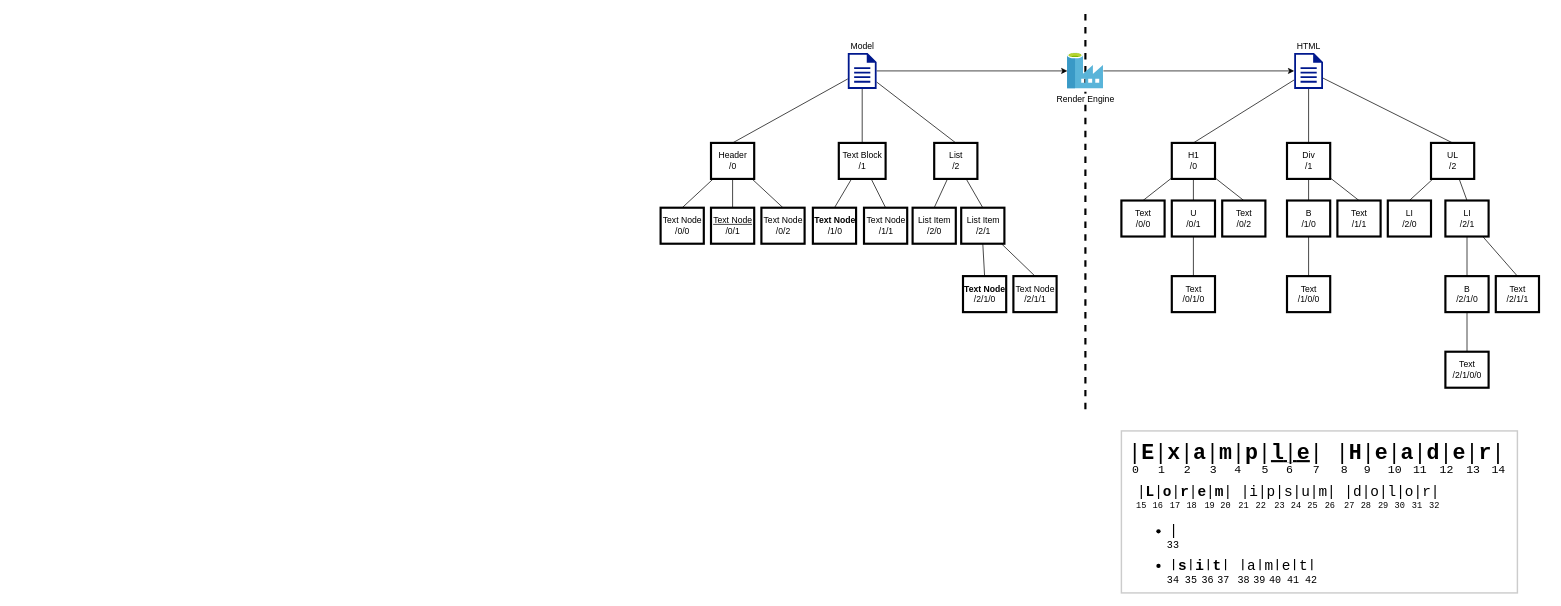
jsross/rte keeps this draw.io diagram as diagrams/RTE Model to HTML doc.drawio. Above is the earlier version. Source tidied: cells renumbered, new cells numbered last; positions are measured from the earlier drawing's top-left corner, leaving out a move shared by most shapes. Both pictures are drawn from the tidied source at 72%, with x=0, y=0 at pixel (660, 13).
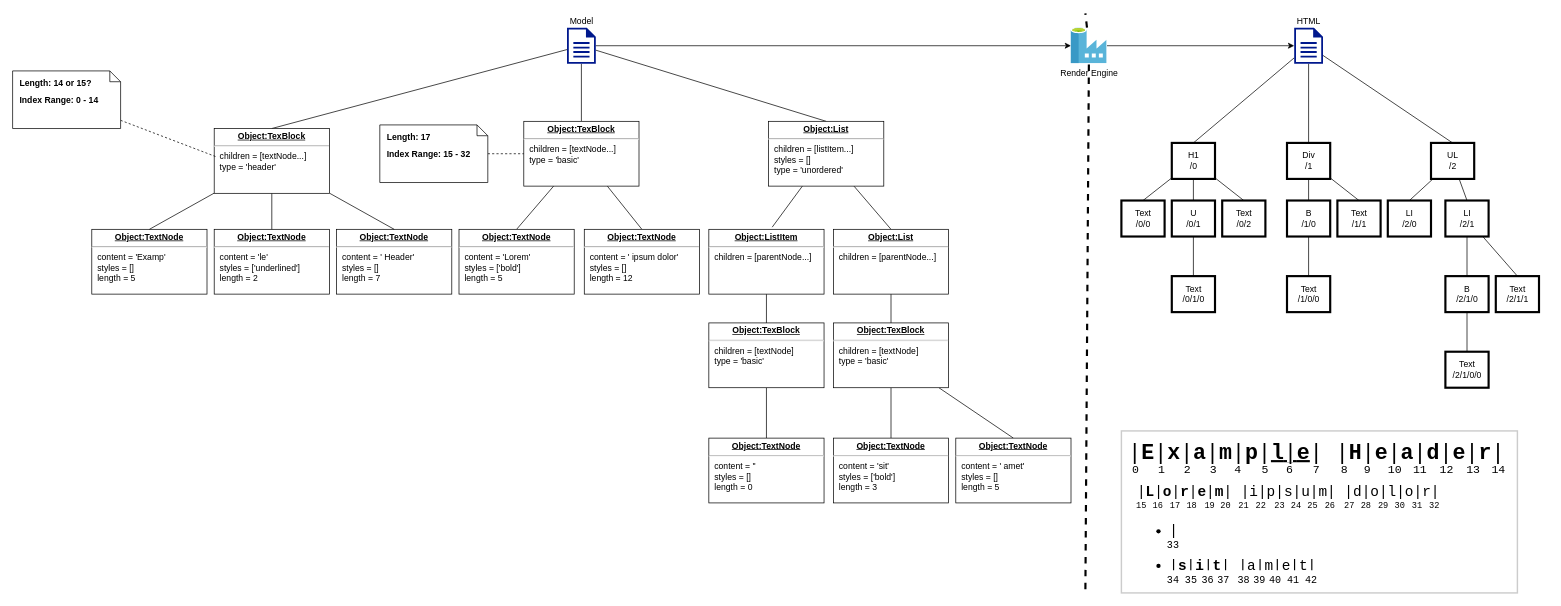
The same page after the edit.

What changed in the source:
```diff
@@
-    <mxCell id="2" style="endArrow=none;dashed=1;html=1;strokeWidth=3;" parent="1" edge="1">
+    <mxCell id="2" style="endArrow=none;dashed=1;html=1;strokeWidth=3;" parent="1" edge="1" source="61">
       <mxGeometry relative="1" as="geometry">
-        <mxPoint x="590" y="550" as="sourcePoint" />
         <mxPoint x="590" as="targetPoint" />
       </mxGeometry>
     </mxCell>
@@
     <mxCell id="6" value="HTML" style="shadow=0;dashed=0;html=1;strokeColor=none;labelPosition=center;verticalLabelPosition=top;verticalAlign=bottom;align=center;fillColor=#00188D;shape=mxgraph.mscae.enterprise.document;" parent="1" vertex="1">
-      <mxGeometry x="880" y="55" width="40" height="50" as="geometry" />
+      <mxGeometry x="880" y="20" width="40" height="50" as="geometry" />
     </mxCell>
@@
-    <mxCell id="8" style="edgeStyle=none;rounded=0;jettySize=auto;html=1;entryX=0.5;entryY=0;entryDx=0;entryDy=0;endArrow=none;endFill=0;" parent="1" edge="1" source="11" target="16">
-      <mxGeometry relative="1" as="geometry" />
-    </mxCell>
-    <mxCell id="9" style="edgeStyle=none;rounded=0;jettySize=auto;html=1;entryX=0.5;entryY=0;entryDx=0;entryDy=0;endArrow=none;endFill=0;" parent="1" edge="1" source="11" target="22">
-      <mxGeometry relative="1" as="geometry" />
-    </mxCell>
-    <mxCell id="10" style="edgeStyle=none;rounded=0;jettySize=auto;html=1;entryX=0.5;entryY=0;entryDx=0;entryDy=0;endArrow=none;endFill=0;" parent="1" edge="1" source="11" target="19">
-      <mxGeometry relative="1" as="geometry" />
-    </mxCell>
+    <mxCell id="114" style="edgeStyle=none;rounded=0;jettySize=auto;html=1;entryX=0.5;entryY=0;entryDx=0;entryDy=0;endArrow=none;endFill=0;" parent="1" edge="1" source="11" target="126">
+      <mxGeometry relative="1" as="geometry" />
+    </mxCell>
+    <mxCell id="115" style="edgeStyle=none;rounded=0;jettySize=auto;html=1;entryX=0.5;entryY=0;entryDx=0;entryDy=0;endArrow=none;endFill=0;" parent="1" edge="1" source="11" target="132">
+      <mxGeometry relative="1" as="geometry" />
+    </mxCell>
+    <mxCell id="116" style="edgeStyle=none;rounded=0;jettySize=auto;html=1;entryX=0.5;entryY=0;entryDx=0;entryDy=0;endArrow=none;endFill=0;" parent="1" edge="1" source="11" target="123">
+      <mxGeometry relative="1" as="geometry" />
+    </mxCell>
     <mxCell id="11" value="Model" style="shadow=0;dashed=0;html=1;strokeColor=none;labelPosition=center;verticalLabelPosition=top;verticalAlign=bottom;align=center;fillColor=#00188D;shape=mxgraph.mscae.enterprise.document;" parent="1" vertex="1">
-      <mxGeometry x="260" y="55" width="40" height="50" as="geometry" />
+      <mxGeometry x="-130" y="20" width="40" height="50" as="geometry" />
     </mxCell>
@@
-    <mxCell id="13" style="edgeStyle=none;rounded=0;jettySize=auto;html=1;entryX=0.5;entryY=0;entryDx=0;entryDy=0;endArrow=none;endFill=0;" parent="1" edge="1" source="16" target="27">
-      <mxGeometry relative="1" as="geometry" />
-    </mxCell>
-    <mxCell id="14" style="edgeStyle=none;rounded=0;jettySize=auto;html=1;entryX=0.5;entryY=0;entryDx=0;entryDy=0;endArrow=none;endFill=0;" parent="1" edge="1" source="16" target="28">
-      <mxGeometry relative="1" as="geometry" />
-    </mxCell>
-    <mxCell id="15" style="edgeStyle=none;rounded=0;jettySize=auto;html=1;entryX=0.5;entryY=0;entryDx=0;entryDy=0;endArrow=none;endFill=0;" parent="1" edge="1" source="16" target="29">
-      <mxGeometry relative="1" as="geometry" />
-    </mxCell>
-    <mxCell id="16" value="Header&lt;br&gt;/0" style="html=1;strokeWidth=3;align=center;" parent="1" vertex="1">
-      <mxGeometry x="70" y="180" width="60" height="50" as="geometry" />
-    </mxCell>
-    <mxCell id="17" style="edgeStyle=none;rounded=0;jettySize=auto;html=1;entryX=0.5;entryY=0;entryDx=0;entryDy=0;endArrow=none;endFill=0;" parent="1" edge="1" source="19" target="23">
-      <mxGeometry relative="1" as="geometry" />
-    </mxCell>
-    <mxCell id="18" style="edgeStyle=none;rounded=0;jettySize=auto;html=1;entryX=0.5;entryY=0;entryDx=0;entryDy=0;endArrow=none;endFill=0;" parent="1" edge="1" source="19" target="26">
-      <mxGeometry relative="1" as="geometry" />
-    </mxCell>
-    <mxCell id="19" value="List&lt;br&gt;/2" style="html=1;strokeWidth=3;" parent="1" vertex="1">
-      <mxGeometry x="380" y="180" width="60" height="50" as="geometry" />
-    </mxCell>
-    <mxCell id="20" style="rounded=0;jettySize=auto;html=1;entryX=0.5;entryY=0;entryDx=0;entryDy=0;endArrow=none;endFill=0;" parent="1" edge="1" source="22" target="30">
-      <mxGeometry relative="1" as="geometry" />
-    </mxCell>
-    <mxCell id="21" style="edgeStyle=none;rounded=0;jettySize=auto;html=1;entryX=0.5;entryY=0;entryDx=0;entryDy=0;endArrow=none;endFill=0;" parent="1" edge="1" source="22" target="31">
-      <mxGeometry relative="1" as="geometry" />
-    </mxCell>
-    <mxCell id="22" value="Text Block&lt;br&gt;/1" style="html=1;strokeWidth=3;" parent="1" vertex="1">
-      <mxGeometry x="247.5" y="180" width="65" height="50" as="geometry" />
-    </mxCell>
-    <mxCell id="23" value="List Item&lt;br&gt;/2/0" style="html=1;strokeWidth=3;" parent="1" vertex="1">
-      <mxGeometry x="350" y="270" width="60" height="50" as="geometry" />
-    </mxCell>
-    <mxCell id="24" style="edgeStyle=none;rounded=0;jettySize=auto;html=1;exitX=0.5;exitY=1;exitDx=0;exitDy=0;entryX=0.5;entryY=0;entryDx=0;entryDy=0;endArrow=none;endFill=0;" parent="1" edge="1" source="26" target="32">
-      <mxGeometry relative="1" as="geometry" />
-    </mxCell>
-    <mxCell id="25" style="edgeStyle=none;rounded=0;jettySize=auto;html=1;entryX=0.5;entryY=0;entryDx=0;entryDy=0;endArrow=none;endFill=0;" parent="1" edge="1" source="26" target="33">
-      <mxGeometry relative="1" as="geometry" />
-    </mxCell>
-    <mxCell id="26" value="List Item&lt;br&gt;/2/1" style="html=1;strokeWidth=3;" parent="1" vertex="1">
-      <mxGeometry x="417.5" y="270" width="60" height="50" as="geometry" />
-    </mxCell>
-    <mxCell id="27" value="Text Node&lt;br&gt;/0/0" style="html=1;strokeWidth=3;align=center;" parent="1" vertex="1">
-      <mxGeometry y="270" width="60" height="50" as="geometry" />
-    </mxCell>
-    <mxCell id="28" value="&lt;u&gt;Text Node&lt;/u&gt;&lt;br&gt;/0/1" style="html=1;strokeWidth=3;align=center;" parent="1" vertex="1">
-      <mxGeometry x="70" y="270" width="60" height="50" as="geometry" />
-    </mxCell>
-    <mxCell id="29" value="Text Node&lt;br&gt;/0/2" style="html=1;strokeWidth=3;align=center;" parent="1" vertex="1">
-      <mxGeometry x="140" y="270" width="60" height="50" as="geometry" />
-    </mxCell>
-    <mxCell id="30" value="&lt;b&gt;Text Node&lt;/b&gt;&lt;br&gt;/1/0" style="html=1;strokeWidth=3;align=center;" parent="1" vertex="1">
-      <mxGeometry x="211.5" y="270" width="60" height="50" as="geometry" />
-    </mxCell>
-    <mxCell id="31" value="Text Node&lt;br&gt;/1/1" style="html=1;strokeWidth=3;align=center;" parent="1" vertex="1">
-      <mxGeometry x="282.5" y="270" width="60" height="50" as="geometry" />
-    </mxCell>
-    <mxCell id="32" value="&lt;b&gt;Text Node&lt;/b&gt;&lt;br&gt;/2/1/0" style="html=1;strokeWidth=3;align=center;" parent="1" vertex="1">
-      <mxGeometry x="420" y="365" width="60" height="50" as="geometry" />
-    </mxCell>
-    <mxCell id="33" value="Text Node&lt;br&gt;/2/1/1" style="html=1;strokeWidth=3;align=center;" parent="1" vertex="1">
-      <mxGeometry x="490" y="365" width="60" height="50" as="geometry" />
-    </mxCell>
@@
-    <mxCell id="61" value="Render Engine" style="html=1;points=[];align=center;image;fontSize=12;image=img/lib/mscae/Data_Factory.svg;" parent="1" vertex="1">
-      <mxGeometry x="565" y="55" width="50" height="50" as="geometry" />
-    </mxCell>
@@
+    <mxCell id="117" value="&lt;p style=&quot;margin: 0px ; margin-top: 4px ; text-align: center ; text-decoration: underline&quot;&gt;&lt;b&gt;Object:TextNode&lt;/b&gt;&lt;/p&gt;&lt;hr&gt;&lt;p style=&quot;margin: 0px ; margin-left: 8px&quot;&gt;content = 'Examp'&lt;br&gt;&lt;/p&gt;&lt;p style=&quot;margin: 0px ; margin-left: 8px&quot;&gt;styles = []&lt;/p&gt;&lt;p style=&quot;margin: 0px ; margin-left: 8px&quot;&gt;length = 5&lt;/p&gt;" style="verticalAlign=top;align=left;overflow=fill;fontSize=12;fontFamily=Helvetica;html=1;" parent="1" vertex="1">
+      <mxGeometry x="-790" y="300" width="160" height="90" as="geometry" />
+    </mxCell>
+    <mxCell id="118" value="&lt;p style=&quot;margin: 0px ; margin-top: 4px ; text-align: center ; text-decoration: underline&quot;&gt;&lt;b&gt;Object:TextNode&lt;/b&gt;&lt;/p&gt;&lt;hr&gt;&lt;p style=&quot;margin: 0px ; margin-left: 8px&quot;&gt;content = 'le'&lt;/p&gt;&lt;p style=&quot;margin: 0px ; margin-left: 8px&quot;&gt;styles = ['underlined']&lt;br&gt;length = 2&lt;/p&gt;" style="verticalAlign=top;align=left;overflow=fill;fontSize=12;fontFamily=Helvetica;html=1;" parent="1" vertex="1">
+      <mxGeometry x="-620" y="300" width="160" height="90" as="geometry" />
+    </mxCell>
+    <mxCell id="119" value="&lt;p style=&quot;margin: 0px ; margin-top: 4px ; text-align: center ; text-decoration: underline&quot;&gt;&lt;b&gt;Object:TextNode&lt;/b&gt;&lt;/p&gt;&lt;hr&gt;&lt;p style=&quot;margin: 0px ; margin-left: 8px&quot;&gt;content = ' Header'&lt;/p&gt;&lt;p style=&quot;margin: 0px ; margin-left: 8px&quot;&gt;styles = []&lt;br&gt;length = 7&lt;/p&gt;" style="verticalAlign=top;align=left;overflow=fill;fontSize=12;fontFamily=Helvetica;html=1;" parent="1" vertex="1">
+      <mxGeometry x="-450" y="300" width="160" height="90" as="geometry" />
+    </mxCell>
+    <mxCell id="120" style="edgeStyle=none;rounded=0;jettySize=auto;html=1;entryX=0.5;entryY=0;entryDx=0;entryDy=0;endArrow=none;endFill=0;" parent="1" edge="1" source="123" target="117">
+      <mxGeometry relative="1" as="geometry" />
+    </mxCell>
+    <mxCell id="121" style="edgeStyle=none;rounded=0;jettySize=auto;html=1;entryX=0.5;entryY=0;entryDx=0;entryDy=0;endArrow=none;endFill=0;" parent="1" edge="1" source="123" target="118">
+      <mxGeometry relative="1" as="geometry" />
+    </mxCell>
+    <mxCell id="122" style="edgeStyle=none;rounded=0;jettySize=auto;html=1;entryX=0.5;entryY=0;entryDx=0;entryDy=0;endArrow=none;endFill=0;" parent="1" edge="1" source="123" target="119">
+      <mxGeometry relative="1" as="geometry" />
+    </mxCell>
+    <mxCell id="123" value="&lt;p style=&quot;margin: 0px ; margin-top: 4px ; text-align: center ; text-decoration: underline&quot;&gt;&lt;b&gt;Object:TexBlock&lt;/b&gt;&lt;/p&gt;&lt;hr&gt;&lt;p style=&quot;margin: 0px ; margin-left: 8px&quot;&gt;children = [textNode...]&lt;br&gt;type = 'header'&lt;/p&gt;" style="verticalAlign=top;align=left;overflow=fill;fontSize=12;fontFamily=Helvetica;html=1;" parent="1" vertex="1">
+      <mxGeometry x="-620" y="160" width="160" height="90" as="geometry" />
+    </mxCell>
+    <mxCell id="124" style="edgeStyle=none;rounded=0;jettySize=auto;html=1;entryX=0.5;entryY=0;entryDx=0;entryDy=0;endArrow=none;endFill=0;" parent="1" edge="1" source="126" target="128">
+      <mxGeometry relative="1" as="geometry" />
+    </mxCell>
+    <mxCell id="125" style="edgeStyle=none;rounded=0;jettySize=auto;html=1;entryX=0.5;entryY=0;entryDx=0;entryDy=0;endArrow=none;endFill=0;" parent="1" edge="1" source="126" target="129">
+      <mxGeometry relative="1" as="geometry" />
+    </mxCell>
+    <mxCell id="126" value="&lt;p style=&quot;margin: 0px ; margin-top: 4px ; text-align: center ; text-decoration: underline&quot;&gt;&lt;b&gt;Object:TexBlock&lt;/b&gt;&lt;/p&gt;&lt;hr&gt;&lt;p style=&quot;margin: 0px ; margin-left: 8px&quot;&gt;children = [textNode...]&lt;br&gt;type = 'basic'&lt;/p&gt;" style="verticalAlign=top;align=left;overflow=fill;fontSize=12;fontFamily=Helvetica;html=1;" parent="1" vertex="1">
+      <mxGeometry x="-190" y="150" width="160" height="90" as="geometry" />
+    </mxCell>
+    <mxCell id="61" value="Render Engine" style="html=1;points=[];align=center;image;fontSize=12;image=img/lib/mscae/Data_Factory.svg;" parent="1" vertex="1">
+      <mxGeometry x="570" y="20" width="50" height="50" as="geometry" />
+    </mxCell>
+    <mxCell id="127" style="endArrow=none;dashed=1;html=1;strokeWidth=3;" parent="1" edge="1" target="61">
+      <mxGeometry relative="1" as="geometry">
+        <mxPoint x="590" y="800" as="sourcePoint" />
+      </mxGeometry>
+    </mxCell>
+    <mxCell id="128" value="&lt;p style=&quot;margin: 0px ; margin-top: 4px ; text-align: center ; text-decoration: underline&quot;&gt;&lt;b&gt;Object:TextNode&lt;/b&gt;&lt;/p&gt;&lt;hr&gt;&lt;p style=&quot;margin: 0px ; margin-left: 8px&quot;&gt;content = 'Lorem'&lt;/p&gt;&lt;p style=&quot;margin: 0px ; margin-left: 8px&quot;&gt;styles = ['bold']&lt;/p&gt;&lt;p style=&quot;margin: 0px ; margin-left: 8px&quot;&gt;length = 5&lt;br&gt;&lt;br&gt;&lt;/p&gt;" style="verticalAlign=top;align=left;overflow=fill;fontSize=12;fontFamily=Helvetica;html=1;" parent="1" vertex="1">
+      <mxGeometry x="-280" y="300" width="160" height="90" as="geometry" />
+    </mxCell>
+    <mxCell id="129" value="&lt;p style=&quot;margin: 0px ; margin-top: 4px ; text-align: center ; text-decoration: underline&quot;&gt;&lt;b&gt;Object:TextNode&lt;/b&gt;&lt;/p&gt;&lt;hr&gt;&lt;p style=&quot;margin: 0px ; margin-left: 8px&quot;&gt;content = ' ipsum dolor'&lt;/p&gt;&lt;p style=&quot;margin: 0px ; margin-left: 8px&quot;&gt;styles = []&lt;br&gt;length = 12&lt;/p&gt;" style="verticalAlign=top;align=left;overflow=fill;fontSize=12;fontFamily=Helvetica;html=1;" parent="1" vertex="1">
+      <mxGeometry x="-106" y="300" width="160" height="90" as="geometry" />
+    </mxCell>
+    <mxCell id="130" style="edgeStyle=none;rounded=0;jettySize=auto;html=1;entryX=0.55;entryY=-0.033;entryDx=0;entryDy=0;entryPerimeter=0;endArrow=none;endFill=0;" parent="1" edge="1" source="132" target="146">
+      <mxGeometry relative="1" as="geometry" />
+    </mxCell>
+    <mxCell id="131" style="edgeStyle=none;rounded=0;jettySize=auto;html=1;entryX=0.5;entryY=0;entryDx=0;entryDy=0;endArrow=none;endFill=0;" parent="1" edge="1" source="132" target="148">
+      <mxGeometry relative="1" as="geometry" />
+    </mxCell>
+    <mxCell id="132" value="&lt;p style=&quot;margin: 0px ; margin-top: 4px ; text-align: center ; text-decoration: underline&quot;&gt;&lt;b&gt;Object:List&lt;/b&gt;&lt;/p&gt;&lt;hr&gt;&lt;p style=&quot;margin: 0px ; margin-left: 8px&quot;&gt;children = [listItem...]&lt;br&gt;styles = []&lt;/p&gt;&lt;p style=&quot;margin: 0px ; margin-left: 8px&quot;&gt;type = 'unordered'&lt;/p&gt;" style="verticalAlign=top;align=left;overflow=fill;fontSize=12;fontFamily=Helvetica;html=1;" parent="1" vertex="1">
+      <mxGeometry x="150" y="150" width="160" height="90" as="geometry" />
+    </mxCell>
+    <mxCell id="133" style="edgeStyle=none;rounded=0;jettySize=auto;html=1;entryX=0.5;entryY=0;entryDx=0;entryDy=0;endArrow=none;endFill=0;" parent="1" edge="1" source="134" target="138">
+      <mxGeometry relative="1" as="geometry" />
+    </mxCell>
+    <mxCell id="134" value="&lt;p style=&quot;margin: 0px ; margin-top: 4px ; text-align: center ; text-decoration: underline&quot;&gt;&lt;b&gt;Object:TexBlock&lt;/b&gt;&lt;/p&gt;&lt;hr&gt;&lt;p style=&quot;margin: 0px ; margin-left: 8px&quot;&gt;children = [textNode]&lt;br&gt;type = 'basic'&lt;/p&gt;" style="verticalAlign=top;align=left;overflow=fill;fontSize=12;fontFamily=Helvetica;html=1;" parent="1" vertex="1">
+      <mxGeometry x="67" y="430" width="160" height="90" as="geometry" />
+    </mxCell>
+    <mxCell id="135" style="edgeStyle=none;rounded=0;jettySize=auto;html=1;entryX=0.5;entryY=0;entryDx=0;entryDy=0;endArrow=none;endFill=0;" parent="1" edge="1" source="137" target="139">
+      <mxGeometry relative="1" as="geometry" />
+    </mxCell>
+    <mxCell id="136" style="edgeStyle=none;rounded=0;jettySize=auto;html=1;entryX=0.5;entryY=0;entryDx=0;entryDy=0;endArrow=none;endFill=0;" parent="1" edge="1" source="137" target="140">
+      <mxGeometry relative="1" as="geometry" />
+    </mxCell>
+    <mxCell id="137" value="&lt;p style=&quot;margin: 0px ; margin-top: 4px ; text-align: center ; text-decoration: underline&quot;&gt;&lt;b&gt;Object:TexBlock&lt;/b&gt;&lt;/p&gt;&lt;hr&gt;&lt;p style=&quot;margin: 0px ; margin-left: 8px&quot;&gt;children = [textNode]&lt;br&gt;type = 'basic'&lt;/p&gt;" style="verticalAlign=top;align=left;overflow=fill;fontSize=12;fontFamily=Helvetica;html=1;" parent="1" vertex="1">
+      <mxGeometry x="240" y="430" width="160" height="90" as="geometry" />
+    </mxCell>
+    <mxCell id="138" value="&lt;p style=&quot;margin: 0px ; margin-top: 4px ; text-align: center ; text-decoration: underline&quot;&gt;&lt;b&gt;Object:TextNode&lt;/b&gt;&lt;/p&gt;&lt;hr&gt;&lt;p style=&quot;margin: 0px ; margin-left: 8px&quot;&gt;content = ''&lt;/p&gt;&lt;p style=&quot;margin: 0px ; margin-left: 8px&quot;&gt;styles = []&lt;br&gt;length = 0&lt;/p&gt;" style="verticalAlign=top;align=left;overflow=fill;fontSize=12;fontFamily=Helvetica;html=1;" parent="1" vertex="1">
+      <mxGeometry x="67" y="590" width="160" height="90" as="geometry" />
+    </mxCell>
+    <mxCell id="139" value="&lt;p style=&quot;margin: 0px ; margin-top: 4px ; text-align: center ; text-decoration: underline&quot;&gt;&lt;b&gt;Object:TextNode&lt;/b&gt;&lt;/p&gt;&lt;hr&gt;&lt;p style=&quot;margin: 0px ; margin-left: 8px&quot;&gt;content = 'sit'&lt;/p&gt;&lt;p style=&quot;margin: 0px ; margin-left: 8px&quot;&gt;styles = ['bold']&lt;br&gt;length = 3&lt;/p&gt;" style="verticalAlign=top;align=left;overflow=fill;fontSize=12;fontFamily=Helvetica;html=1;" parent="1" vertex="1">
+      <mxGeometry x="240" y="590" width="160" height="90" as="geometry" />
+    </mxCell>
+    <mxCell id="140" value="&lt;p style=&quot;margin: 0px ; margin-top: 4px ; text-align: center ; text-decoration: underline&quot;&gt;&lt;b&gt;Object:TextNode&lt;/b&gt;&lt;/p&gt;&lt;hr&gt;&lt;p style=&quot;margin: 0px ; margin-left: 8px&quot;&gt;content = ' amet'&lt;/p&gt;&lt;p style=&quot;margin: 0px ; margin-left: 8px&quot;&gt;styles = []&lt;br&gt;length = 5&lt;/p&gt;" style="verticalAlign=top;align=left;overflow=fill;fontSize=12;fontFamily=Helvetica;html=1;" parent="1" vertex="1">
+      <mxGeometry x="410" y="590" width="160" height="90" as="geometry" />
+    </mxCell>
+    <mxCell id="141" style="edgeStyle=none;rounded=0;jettySize=auto;html=1;entryX=0.013;entryY=0.433;entryDx=0;entryDy=0;entryPerimeter=0;endArrow=none;endFill=0;dashed=1;" parent="1" edge="1" source="142" target="123">
+      <mxGeometry relative="1" as="geometry" />
+    </mxCell>
+    <mxCell id="142" value="&lt;p style=&quot;margin: 0px ; margin-top: 10px ; margin-left: 10px ; text-align: left&quot;&gt;&lt;b&gt;Length: 14 or 15?&lt;/b&gt;&lt;/p&gt;&lt;p style=&quot;margin: 0px ; margin-top: 10px ; margin-left: 10px ; text-align: left&quot;&gt;&lt;b&gt;Index Range: 0 - 14&lt;/b&gt;&lt;/p&gt;" style="shape=note;html=1;size=15;spacingLeft=5;align=left;html=1;overflow=fill;whiteSpace=wrap;align=center;" parent="1" vertex="1">
+      <mxGeometry x="-900" y="80" width="150" height="80" as="geometry" />
+    </mxCell>
+    <mxCell id="143" style="edgeStyle=none;rounded=0;jettySize=auto;html=1;entryX=0;entryY=0.5;entryDx=0;entryDy=0;dashed=1;endArrow=none;endFill=0;" parent="1" edge="1" source="144" target="126">
+      <mxGeometry relative="1" as="geometry" />
+    </mxCell>
+    <mxCell id="144" value="&lt;p style=&quot;margin: 0px ; margin-top: 10px ; margin-left: 10px ; text-align: left&quot;&gt;&lt;b&gt;Length: 17&lt;/b&gt;&lt;/p&gt;&lt;p style=&quot;margin: 0px ; margin-top: 10px ; margin-left: 10px ; text-align: left&quot;&gt;&lt;b&gt;Index Range: 15 - 32&lt;/b&gt;&lt;/p&gt;" style="shape=note;html=1;size=15;spacingLeft=5;align=left;html=1;overflow=fill;whiteSpace=wrap;align=center;" parent="1" vertex="1">
+      <mxGeometry x="-390" y="155" width="150" height="80" as="geometry" />
+    </mxCell>
+    <mxCell id="145" style="edgeStyle=none;rounded=0;jettySize=auto;html=1;entryX=0.5;entryY=0;entryDx=0;entryDy=0;endArrow=none;endFill=0;" parent="1" edge="1" source="146" target="134">
+      <mxGeometry relative="1" as="geometry" />
+    </mxCell>
+    <mxCell id="146" value="&lt;p style=&quot;margin: 0px ; margin-top: 4px ; text-align: center ; text-decoration: underline&quot;&gt;&lt;b&gt;Object:ListItem&lt;/b&gt;&lt;/p&gt;&lt;hr&gt;&lt;p style=&quot;margin: 0px ; margin-left: 8px&quot;&gt;children = [parentNode...]&lt;br&gt;&lt;/p&gt;" style="verticalAlign=top;align=left;overflow=fill;fontSize=12;fontFamily=Helvetica;html=1;" parent="1" vertex="1">
+      <mxGeometry x="67" y="300" width="160" height="90" as="geometry" />
+    </mxCell>
+    <mxCell id="147" style="edgeStyle=none;rounded=0;jettySize=auto;html=1;entryX=0.5;entryY=0;entryDx=0;entryDy=0;endArrow=none;endFill=0;" parent="1" edge="1" source="148" target="137">
+      <mxGeometry relative="1" as="geometry" />
+    </mxCell>
+    <mxCell id="148" value="&lt;p style=&quot;margin: 0px ; margin-top: 4px ; text-align: center ; text-decoration: underline&quot;&gt;&lt;b&gt;Object:List&lt;/b&gt;&lt;/p&gt;&lt;hr&gt;&lt;p style=&quot;margin: 0px ; margin-left: 8px&quot;&gt;children = [parentNode...]&lt;br&gt;&lt;br&gt;&lt;/p&gt;" style="verticalAlign=top;align=left;overflow=fill;fontSize=12;fontFamily=Helvetica;html=1;" parent="1" vertex="1">
+      <mxGeometry x="240" y="300" width="160" height="90" as="geometry" />
+    </mxCell>
```
